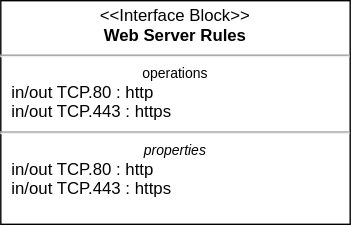
Earlier version of the draw.io export SysML Lessons/Lesson Views and SVGs/BDD Lesson - Interface Blocks.svg (JeffreyWerth/AWS-Architecture-Model-Repository). Source tidied: cells renumbered, new cells last; positions are measured from the earlier drawing's top-left corner, leaving out a move shared by most shapes.
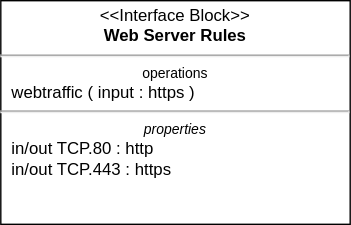
After the commit.

Commit message:
New SVG for Interface Block Element

Change to the diagram source:
```diff
@@ -2,7 +2,7 @@
   <root>
     <mxCell id="0" />
     <mxCell id="1" parent="0" />
-    <mxCell id="2" value="&lt;p style=&quot;margin:0px;margin-top:4px;text-align:center;&quot;&gt;&amp;lt;&amp;lt;Interface Block&amp;gt;&amp;gt;&lt;br&gt;&lt;b&gt;Web Server Rules&lt;/b&gt;&lt;/p&gt;&lt;hr style=&quot;border-color: var(--border-color);&quot;&gt;&lt;p style=&quot;border-color: var(--border-color); font-size: 10px; margin: 0px;&quot;&gt;operations&lt;/p&gt;&lt;p style=&quot;border-color: var(--border-color); margin: 0px 0px 0px 8px; text-align: left;&quot;&gt;in/out TCP.80 : http&lt;br style=&quot;border-color: var(--border-color);&quot;&gt;&lt;/p&gt;&lt;p style=&quot;border-color: var(--border-color); margin: 0px 0px 0px 8px; text-align: left;&quot;&gt;in/out TCP.443 : https&lt;/p&gt;&lt;hr&gt;&lt;p style=&quot;font-size:10px;margin:0px;text-align:center;&quot;&gt;&lt;i&gt;properties&lt;/i&gt;&lt;/p&gt;&lt;p style=&quot;margin:0px;margin-left:8px;text-align:left;&quot;&gt;in/out TCP.80 : http&lt;br&gt;&lt;/p&gt;&lt;p style=&quot;margin:0px;margin-left:8px;text-align:left;&quot;&gt;in/out TCP.443 : https&lt;/p&gt;" style="shape=rect;html=1;overflow=fill;whiteSpace=wrap;" parent="1" vertex="1">
+    <mxCell id="2" value="&lt;p style=&quot;margin:0px;margin-top:4px;text-align:center;&quot;&gt;&amp;lt;&amp;lt;Interface Block&amp;gt;&amp;gt;&lt;br&gt;&lt;b&gt;Web Server Rules&lt;/b&gt;&lt;/p&gt;&lt;hr style=&quot;border-color: var(--border-color);&quot;&gt;&lt;p style=&quot;border-color: var(--border-color); font-size: 10px; margin: 0px;&quot;&gt;operations&lt;/p&gt;&lt;p style=&quot;border-color: var(--border-color); margin: 0px 0px 0px 8px; text-align: left;&quot;&gt;webtraffic ( input : https )&lt;/p&gt;&lt;hr&gt;&lt;p style=&quot;font-size:10px;margin:0px;text-align:center;&quot;&gt;&lt;i&gt;properties&lt;/i&gt;&lt;/p&gt;&lt;p style=&quot;margin:0px;margin-left:8px;text-align:left;&quot;&gt;in/out TCP.80 : http&lt;br&gt;&lt;/p&gt;&lt;p style=&quot;margin:0px;margin-left:8px;text-align:left;&quot;&gt;in/out TCP.443 : https&lt;/p&gt;" style="shape=rect;html=1;overflow=fill;whiteSpace=wrap;" parent="1" vertex="1">
       <mxGeometry width="250" height="160" as="geometry" />
     </mxCell>
   </root>
```
